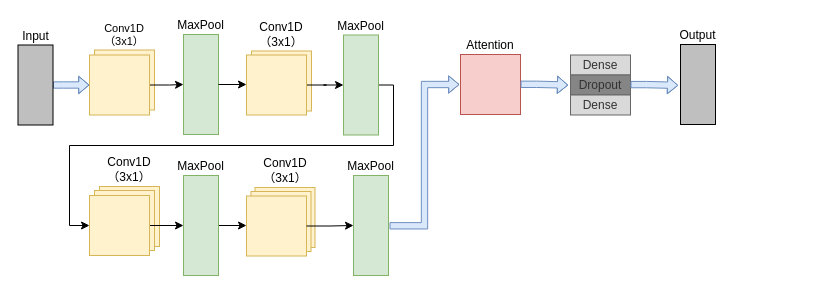
Above: page "Page-3" (3 of 3) of model-architecture-horizontal.drawio in WensonLuo/Drowio (draw.io), before the change. Source tidied: cells renumbered, new cells numbered last; positions are measured from the earlier drawing's top-left corner, leaving out a move shared by most shapes. Both pictures are drawn from the tidied source at 100%, with x=0, y=0 at pixel (17, 34).
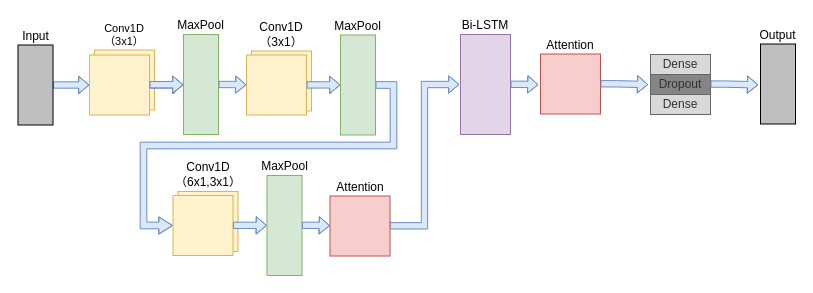
Above is the later version.

The change refers to these unchanged cells:
```xml
<mxCell id="5" value="MaxPool" style="rounded=0;whiteSpace=wrap;html=1;fillColor=#d5e8d4;strokeColor=#82b366;direction=south;labelPosition=center;verticalLabelPosition=top;align=center;verticalAlign=bottom;" parent="1" vertex="1">
  <mxGeometry x="166" width="35" height="100" as="geometry" />
</mxCell>
<mxCell id="7" style="rounded=0;whiteSpace=wrap;html=1;fillColor=#fff2cc;strokeColor=#d6b656;direction=north;horizontal=1;labelPosition=center;verticalLabelPosition=top;align=center;verticalAlign=bottom;" parent="1" vertex="1">
  <mxGeometry x="72" y="20.5" width="60" height="60" as="geometry" />
</mxCell>
<mxCell id="13" style="rounded=0;whiteSpace=wrap;html=1;fillColor=#fff2cc;strokeColor=#d6b656;direction=north;horizontal=1;labelPosition=center;verticalLabelPosition=top;align=center;verticalAlign=bottom;" parent="1" vertex="1">
  <mxGeometry x="229" y="20.5" width="60" height="60" as="geometry" />
</mxCell>
```

The edit, as a diff of the source:
```diff
@@
-    <mxCell id="6" style="edgeStyle=orthogonalEdgeStyle;rounded=0;jettySize=auto;html=1;" parent="1" edge="1" source="7" target="5">
-      <mxGeometry relative="1" as="geometry" />
-    </mxCell>
@@
-    <mxCell id="9" style="edgeStyle=orthogonalEdgeStyle;rounded=0;jettySize=auto;html=1;entryX=0.5;entryY=0;entryDx=0;entryDy=0;exitX=0.5;exitY=0;exitDx=0;exitDy=0;" parent="1" edge="1" source="5" target="13">
-      <mxGeometry relative="1" as="geometry" />
-    </mxCell>
-    <mxCell id="10" style="edgeStyle=orthogonalEdgeStyle;rounded=0;jettySize=auto;html=1;exitX=0.5;exitY=0;exitDx=0;exitDy=0;entryX=0.5;entryY=0;entryDx=0;entryDy=0;fontSize=10;" parent="1" edge="1" source="11" target="24">
+    <mxCell id="10" style="edgeStyle=orthogonalEdgeStyle;rounded=0;jettySize=auto;html=1;exitX=0.5;exitY=0;exitDx=0;exitDy=0;entryX=0.5;entryY=0;entryDx=0;entryDy=0;fontSize=10;strokeColor=#6C8EBF;shape=flexArrow;fillColor=#DAE8FC;endSize=4.228571428571429;startSize=6;endWidth=9.523809523809524;width=6.666666666666666;" parent="1" edge="1" source="11" target="24">
       <mxGeometry relative="1" as="geometry">
         <Array as="points">
           <mxPoint x="376" y="51" />
           <mxPoint x="376" y="111" />
-          <mxPoint x="52" y="111" />
-          <mxPoint x="52" y="191" />
+          <mxPoint x="126" y="111" />
+          <mxPoint x="126" y="191" />
         </Array>
       </mxGeometry>
     </mxCell>
     <mxCell id="11" value="MaxPool" style="rounded=0;whiteSpace=wrap;html=1;fillColor=#d5e8d4;strokeColor=#82b366;direction=south;labelPosition=center;verticalLabelPosition=top;align=center;verticalAlign=bottom;" parent="1" vertex="1">
-      <mxGeometry x="326" y="0.5" width="35" height="100" as="geometry" />
+      <mxGeometry x="323" y="0.5" width="35" height="100" as="geometry" />
     </mxCell>
-    <mxCell id="12" style="edgeStyle=orthogonalEdgeStyle;rounded=0;jettySize=auto;html=1;" parent="1" edge="1" source="13" target="11">
-      <mxGeometry relative="1" as="geometry" />
-    </mxCell>
@@
-    <mxCell id="14" value="Conv1D（3x1）" style="rounded=0;whiteSpace=wrap;html=1;fillColor=#fff2cc;strokeColor=#d6b656;direction=west;horizontal=1;labelPosition=center;verticalLabelPosition=top;align=center;verticalAlign=bottom;" parent="1" vertex="1">
-      <mxGeometry x="82" y="152" width="60" height="60" as="geometry" />
+    <mxCell id="14" value="Conv1D（6x1,3x1）" style="rounded=0;whiteSpace=wrap;html=1;fillColor=#fff2cc;strokeColor=#d6b656;direction=west;horizontal=1;labelPosition=center;verticalLabelPosition=top;align=center;verticalAlign=bottom;" parent="1" vertex="1">
+      <mxGeometry x="160.5" y="157" width="60" height="60" as="geometry" />
     </mxCell>
-    <mxCell id="15" style="edgeStyle=orthogonalEdgeStyle;rounded=0;jettySize=auto;html=1;exitX=0.5;exitY=0;exitDx=0;exitDy=0;entryX=0.5;entryY=0;entryDx=0;entryDy=0;fontSize=10;" parent="1" edge="1" source="16" target="25">
-      <mxGeometry relative="1" as="geometry" />
-    </mxCell>
     <mxCell id="16" value="MaxPool" style="rounded=0;whiteSpace=wrap;html=1;fillColor=#d5e8d4;strokeColor=#82b366;direction=south;labelPosition=center;verticalLabelPosition=top;align=center;verticalAlign=bottom;" parent="1" vertex="1">
-      <mxGeometry x="166" y="141" width="35" height="100" as="geometry" />
+      <mxGeometry x="249.5" y="141" width="35" height="100" as="geometry" />
     </mxCell>
-    <mxCell id="17" style="rounded=0;whiteSpace=wrap;html=1;fillColor=#fff2cc;strokeColor=#d6b656;direction=north;horizontal=1;labelPosition=center;verticalLabelPosition=top;align=center;verticalAlign=bottom;" parent="1" vertex="1">
-      <mxGeometry x="77" y="156" width="60" height="60" as="geometry" />
-    </mxCell>
-    <mxCell id="18" value="Conv1D（3x1）" style="rounded=0;whiteSpace=wrap;html=1;fillColor=#fff2cc;strokeColor=#d6b656;direction=west;horizontal=1;labelPosition=center;verticalLabelPosition=top;align=center;verticalAlign=bottom;" parent="1" vertex="1">
-      <mxGeometry x="237.5" y="153" width="60" height="60" as="geometry" />
-    </mxCell>
-    <mxCell id="19" value="MaxPool" style="rounded=0;whiteSpace=wrap;html=1;fillColor=#d5e8d4;strokeColor=#82b366;direction=south;labelPosition=center;verticalLabelPosition=top;align=center;verticalAlign=bottom;" parent="1" vertex="1">
-      <mxGeometry x="336" y="141" width="35" height="100" as="geometry" />
-    </mxCell>
-    <mxCell id="20" style="rounded=0;whiteSpace=wrap;html=1;fillColor=#fff2cc;strokeColor=#d6b656;direction=north;horizontal=1;labelPosition=center;verticalLabelPosition=top;align=center;verticalAlign=bottom;" parent="1" vertex="1">
-      <mxGeometry x="233.5" y="157" width="60" height="60" as="geometry" />
-    </mxCell>
     <mxCell id="21" value="Attention&lt;br&gt;" style="rounded=0;whiteSpace=wrap;html=1;fillColor=#f8cecc;strokeColor=#b85450;direction=south;labelPosition=center;verticalLabelPosition=top;align=center;verticalAlign=bottom;" parent="1" vertex="1">
-      <mxGeometry x="443" y="20" width="60" height="60" as="geometry" />
+      <mxGeometry x="523" y="19.5" width="60" height="60" as="geometry" />
     </mxCell>
     <mxCell id="22" style="edgeStyle=orthogonalEdgeStyle;rounded=0;orthogonalLoop=1;jettySize=auto;html=1;exitX=0.5;exitY=0;exitDx=0;exitDy=0;fontSize=10;" parent="1" edge="1">
       <mxGeometry relative="1" as="geometry">
-        <mxPoint x="582.5" y="50.5" as="sourcePoint" />
-        <mxPoint x="582.6" y="50.7" as="targetPoint" />
+        <mxPoint x="662.5" y="50" as="sourcePoint" />
+        <mxPoint x="662.6" y="50.2" as="targetPoint" />
       </mxGeometry>
     </mxCell>
-    <mxCell id="23" style="edgeStyle=orthogonalEdgeStyle;rounded=0;jettySize=auto;html=1;exitX=0.5;exitY=1;exitDx=0;exitDy=0;entryX=0.5;entryY=1;entryDx=0;entryDy=0;fontSize=10;" parent="1" edge="1" source="24" target="16">
-      <mxGeometry relative="1" as="geometry" />
-    </mxCell>
     <mxCell id="24" style="rounded=0;whiteSpace=wrap;html=1;fillColor=#fff2cc;strokeColor=#d6b656;direction=north;horizontal=1;labelPosition=center;verticalLabelPosition=top;align=center;verticalAlign=bottom;" parent="1" vertex="1">
-      <mxGeometry x="72" y="161" width="60" height="60" as="geometry" />
+      <mxGeometry x="155.5" y="161" width="60" height="60" as="geometry" />
     </mxCell>
-    <mxCell id="25" style="rounded=0;whiteSpace=wrap;html=1;fillColor=#fff2cc;strokeColor=#d6b656;direction=north;horizontal=1;labelPosition=center;verticalLabelPosition=top;align=center;verticalAlign=bottom;" parent="1" vertex="1">
-      <mxGeometry x="229" y="161.5" width="60" height="60" as="geometry" />
-    </mxCell>
     <mxCell id="26" value="Output&lt;br&gt;" style="rounded=0;whiteSpace=wrap;html=1;fillColor=#BFBFBF;direction=east;fontFamily=Helvetica;labelPosition=center;verticalLabelPosition=top;align=center;verticalAlign=bottom;horizontal=1;" parent="1" vertex="1">
-      <mxGeometry x="663" y="10" width="35" height="80" as="geometry" />
+      <mxGeometry x="743" y="9.5" width="35" height="80" as="geometry" />
     </mxCell>
-    <mxCell id="27" style="edgeStyle=orthogonalEdgeStyle;rounded=0;jettySize=auto;html=1;entryX=0.5;entryY=1;entryDx=0;entryDy=0;fontSize=10;exitX=0.5;exitY=1;exitDx=0;exitDy=0;" parent="1" edge="1" source="25" target="19">
-      <mxGeometry relative="1" as="geometry" />
-    </mxCell>
     <mxCell id="28" value="Dense" style="rounded=0;whiteSpace=wrap;html=1;strokeColor=#666666;fontColor=#333333;fillColor=#D9D9D9;direction=east;" parent="1" vertex="1">
-      <mxGeometry x="553" y="20.5" width="60" height="20" as="geometry" />
+      <mxGeometry x="633" y="20" width="60" height="20" as="geometry" />
     </mxCell>
     <mxCell id="29" value="Dropout" style="rounded=0;whiteSpace=wrap;html=1;strokeColor=#666666;fontColor=#333333;fillColor=#858585;direction=east;" parent="1" vertex="1">
-      <mxGeometry x="553" y="40.5" width="60" height="20" as="geometry" />
+      <mxGeometry x="633" y="40" width="60" height="20" as="geometry" />
     </mxCell>
     <mxCell id="30" value="Dense" style="rounded=0;whiteSpace=wrap;html=1;strokeColor=#666666;fontColor=#333333;fillColor=#D9D9D9;direction=east;" parent="1" vertex="1">
-      <mxGeometry x="553" y="60.5" width="60" height="20" as="geometry" />
+      <mxGeometry x="633" y="60" width="60" height="20" as="geometry" />
     </mxCell>
@@
     <mxCell id="32" style="edgeStyle=orthogonalEdgeStyle;shape=flexArrow;rounded=0;jettySize=auto;html=1;fontSize=10;startSize=6;endSize=3.11;sourcePerimeterSpacing=0;targetPerimeterSpacing=0;shadow=0;sketch=0;endArrow=block;endFill=0;endWidth=10;width=6.333333333333333;fillColor=#dae8fc;strokeColor=#6c8ebf;entryX=-0.037;entryY=0.505;entryDx=0;entryDy=0;entryPerimeter=0;" parent="1" edge="1" target="29">
       <mxGeometry relative="1" as="geometry">
-        <mxPoint x="503" y="49.8" as="sourcePoint" />
+        <mxPoint x="583" y="49.3" as="sourcePoint" />
         <Array as="points">
-          <mxPoint x="519" y="50" />
+          <mxPoint x="599" y="49.5" />
         </Array>
       </mxGeometry>
     </mxCell>
     <mxCell id="33" style="edgeStyle=orthogonalEdgeStyle;shape=flexArrow;rounded=0;orthogonalLoop=1;jettySize=auto;html=1;fontSize=10;startSize=6;endSize=3.11;sourcePerimeterSpacing=0;targetPerimeterSpacing=0;shadow=0;sketch=0;endArrow=block;endFill=0;endWidth=10;width=6.333333333333333;fillColor=#dae8fc;strokeColor=#6c8ebf;entryX=-0.037;entryY=0.505;entryDx=0;entryDy=0;entryPerimeter=0;" parent="1" edge="1">
       <mxGeometry relative="1" as="geometry">
-        <mxPoint x="613" y="50.1" as="sourcePoint" />
-        <mxPoint x="660.8" y="50.9" as="targetPoint" />
+        <mxPoint x="693" y="49.6" as="sourcePoint" />
+        <mxPoint x="740.8" y="50.4" as="targetPoint" />
         <Array as="points">
-          <mxPoint x="629" y="50.3" />
+          <mxPoint x="709" y="49.8" />
         </Array>
       </mxGeometry>
     </mxCell>
+    <mxCell id="34" value="Bi-LSTM" style="rounded=0;whiteSpace=wrap;html=1;fillColor=#e1d5e7;strokeColor=#9673a6;direction=south;labelPosition=center;verticalLabelPosition=top;align=center;verticalAlign=bottom;" parent="1" vertex="1">
+      <mxGeometry x="443" width="50" height="100" as="geometry" />
+    </mxCell>
+    <mxCell id="35" value="Attention&lt;br&gt;" style="rounded=0;whiteSpace=wrap;html=1;fillColor=#f8cecc;strokeColor=#b85450;direction=south;labelPosition=center;verticalLabelPosition=top;align=center;verticalAlign=bottom;" parent="1" vertex="1">
+      <mxGeometry x="312.5" y="161.5" width="60" height="60" as="geometry" />
+    </mxCell>
+    <mxCell id="36" style="edgeStyle=orthogonalEdgeStyle;shape=flexArrow;rounded=0;jettySize=auto;html=1;fontSize=10;startSize=6;endSize=3.11;sourcePerimeterSpacing=0;targetPerimeterSpacing=0;shadow=0;sketch=0;endArrow=block;endFill=0;endWidth=10;width=6.333333333333333;fillColor=#dae8fc;strokeColor=#6c8ebf;" parent="1" edge="1" source="7">
+      <mxGeometry relative="1" as="geometry">
+        <mxPoint x="166" y="50.2" as="targetPoint" />
+      </mxGeometry>
+    </mxCell>
+    <mxCell id="37" style="edgeStyle=orthogonalEdgeStyle;shape=flexArrow;rounded=0;jettySize=auto;html=1;fontSize=10;startSize=6;endSize=3.11;sourcePerimeterSpacing=0;targetPerimeterSpacing=0;shadow=0;sketch=0;endArrow=block;endFill=0;endWidth=10;width=6.333333333333333;fillColor=#dae8fc;strokeColor=#6c8ebf;" parent="1" edge="1" source="7">
+      <mxGeometry relative="1" as="geometry">
+        <mxPoint x="166" y="50.2" as="targetPoint" />
+        <Array as="points">
+          <mxPoint x="152" y="50" />
+        </Array>
+      </mxGeometry>
+    </mxCell>
+    <mxCell id="38" style="edgeStyle=orthogonalEdgeStyle;shape=flexArrow;rounded=0;jettySize=auto;html=1;fontSize=10;startSize=6;endSize=3.11;sourcePerimeterSpacing=0;targetPerimeterSpacing=0;shadow=0;sketch=0;endArrow=block;endFill=0;endWidth=10;width=6.333333333333333;fillColor=#dae8fc;strokeColor=#6c8ebf;exitX=0.5;exitY=0;exitDx=0;exitDy=0;" parent="1" edge="1" source="5">
+      <mxGeometry relative="1" as="geometry">
+        <mxPoint x="229" y="50.4" as="targetPoint" />
+        <Array as="points">
+          <mxPoint x="215" y="50" />
+        </Array>
+      </mxGeometry>
+    </mxCell>
+    <mxCell id="39" style="edgeStyle=orthogonalEdgeStyle;shape=flexArrow;rounded=0;orthogonalLoop=1;jettySize=auto;html=1;fontSize=10;startSize=6;endSize=3.11;sourcePerimeterSpacing=0;targetPerimeterSpacing=0;shadow=0;sketch=0;endArrow=block;endFill=0;endWidth=10;width=6.333333333333333;fillColor=#dae8fc;strokeColor=#6c8ebf;" parent="1" edge="1">
+      <mxGeometry relative="1" as="geometry">
+        <mxPoint x="289" y="50.4" as="sourcePoint" />
+        <mxPoint x="323" y="50.4" as="targetPoint" />
+        <Array as="points">
+          <mxPoint x="309" y="50.2" />
+        </Array>
+      </mxGeometry>
+    </mxCell>
+    <mxCell id="40" style="edgeStyle=orthogonalEdgeStyle;shape=flexArrow;rounded=0;orthogonalLoop=1;jettySize=auto;html=1;fontSize=10;startSize=6;endSize=3.11;sourcePerimeterSpacing=0;targetPerimeterSpacing=0;shadow=0;sketch=0;endArrow=block;endFill=0;endWidth=10;width=6.333333333333333;fillColor=#dae8fc;strokeColor=#6c8ebf;exitX=0.5;exitY=0;exitDx=0;exitDy=0;" parent="1" edge="1">
+      <mxGeometry relative="1" as="geometry">
+        <mxPoint x="493" y="49.8" as="sourcePoint" />
+        <mxPoint x="521" y="50.2" as="targetPoint" />
+        <Array as="points">
+          <mxPoint x="507" y="49.8" />
+        </Array>
+      </mxGeometry>
+    </mxCell>
+    <mxCell id="41" style="edgeStyle=orthogonalEdgeStyle;shape=flexArrow;rounded=0;orthogonalLoop=1;jettySize=auto;html=1;fontSize=10;startSize=6;endSize=3.11;sourcePerimeterSpacing=0;targetPerimeterSpacing=0;shadow=0;sketch=0;endArrow=block;endFill=0;endWidth=10;width=6.333333333333333;fillColor=#dae8fc;strokeColor=#6c8ebf;exitX=0.5;exitY=0;exitDx=0;exitDy=0;" parent="1" edge="1">
+      <mxGeometry relative="1" as="geometry">
+        <mxPoint x="284.5" y="190.8" as="sourcePoint" />
+        <mxPoint x="312.5" y="191.2" as="targetPoint" />
+        <Array as="points">
+          <mxPoint x="298.5" y="190.8" />
+        </Array>
+      </mxGeometry>
+    </mxCell>
+    <mxCell id="42" style="edgeStyle=orthogonalEdgeStyle;shape=flexArrow;rounded=0;jettySize=auto;html=1;fontSize=10;startSize=6;endSize=3.11;sourcePerimeterSpacing=0;targetPerimeterSpacing=0;shadow=0;sketch=0;endArrow=block;endFill=0;endWidth=10;width=6.333333333333333;fillColor=#dae8fc;strokeColor=#6c8ebf;exitX=0.5;exitY=0;exitDx=0;exitDy=0;entryX=0.5;entryY=1;entryDx=0;entryDy=0;" parent="1" edge="1" target="16">
+      <mxGeometry relative="1" as="geometry">
+        <mxPoint x="215.5" y="190.8" as="sourcePoint" />
+        <Array as="points">
+          <mxPoint x="230" y="191" />
+        </Array>
+      </mxGeometry>
+    </mxCell>
```
